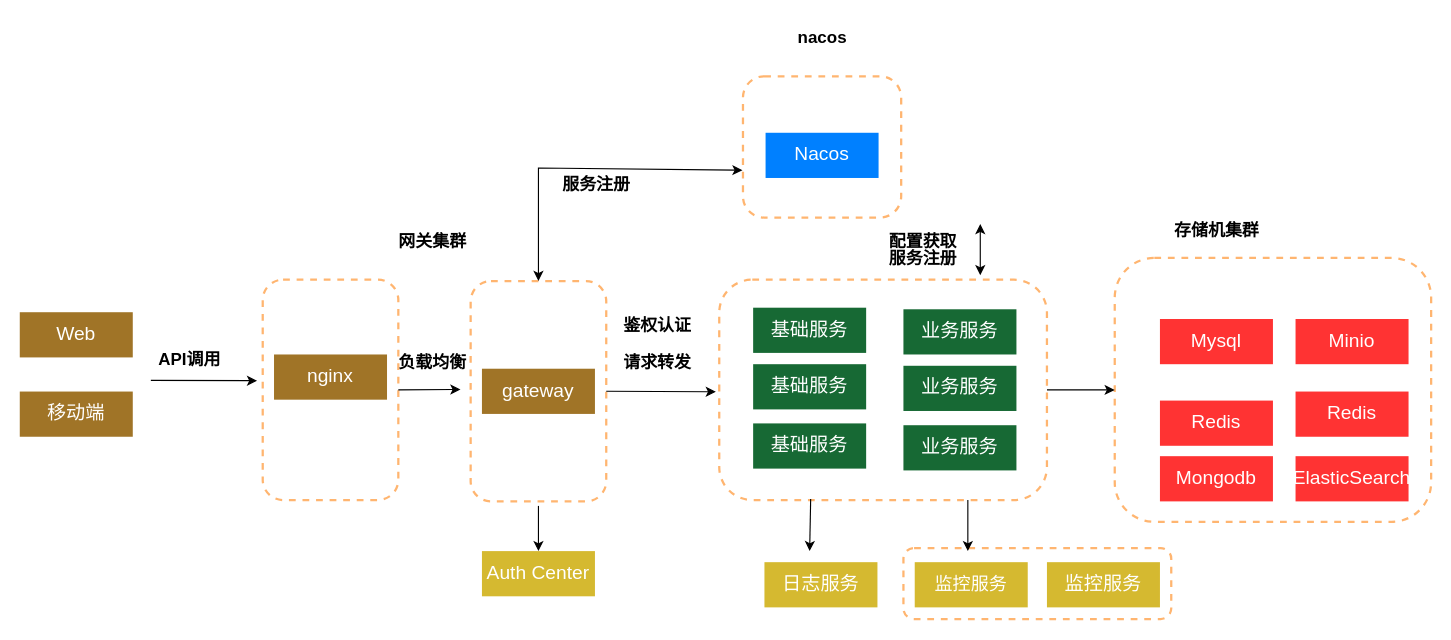
Above: 机载共性/机载共性部署架构设计.drawio in DemonHan/KuickBuy (draw.io), before the change. Source tidied: cells renumbered, new cells numbered last; positions are measured from the earlier drawing's top-left corner, leaving out a move shared by most shapes. Both pictures are drawn from the tidied source at 113%, with x=0, y=0 at pixel (19, 19).
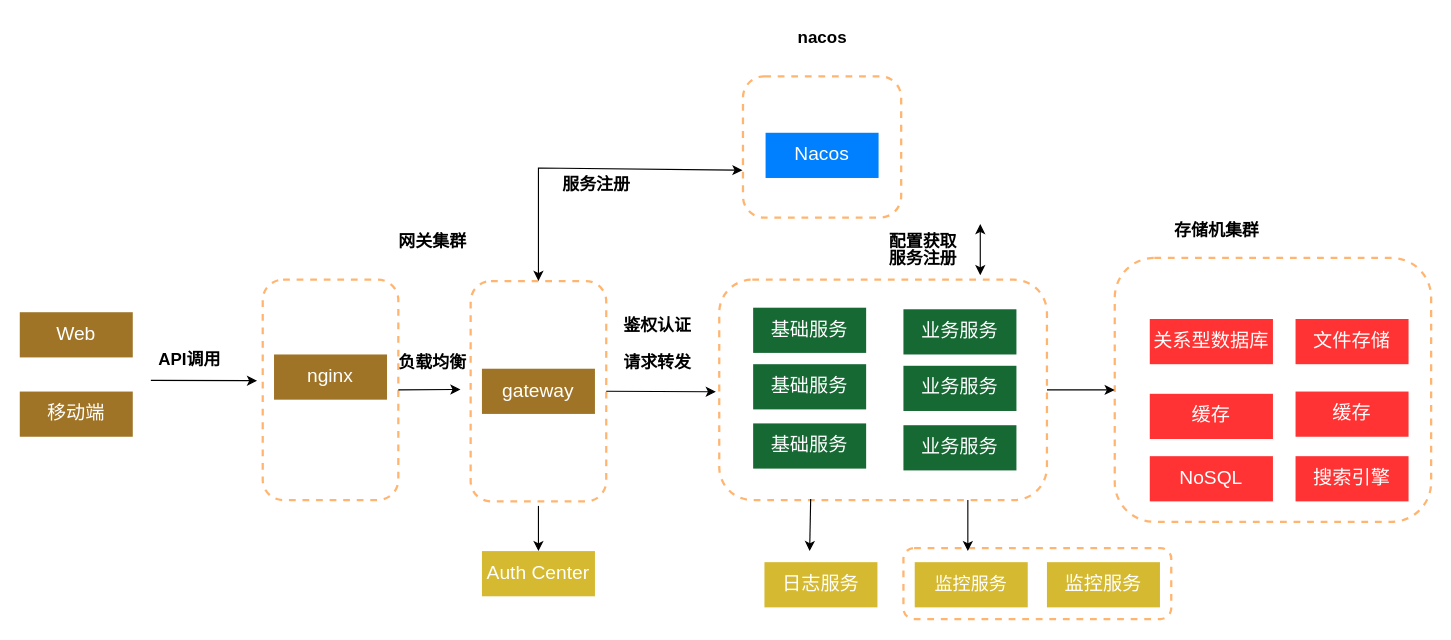
The same page after the edit.

Commit message (it also covers changes not shown here):
更新机载共性部署架构设计.drawio

The edit, as a diff of the source:
```diff
@@
-    <mxCell id="25" value="&lt;font color=&quot;#ffffff&quot;&gt;Mysql&lt;/font&gt;" style="rounded=0;whiteSpace=wrap;html=1;fillColor=#FF3333;fontSize=17;strokeColor=none;" parent="1" vertex="1">
-      <mxGeometry x="1009" y="264.8" width="100" height="40" as="geometry" />
+    <mxCell id="25" value="&lt;font color=&quot;#ffffff&quot;&gt;关系型数据库&lt;/font&gt;" style="rounded=0;whiteSpace=wrap;html=1;fillColor=#FF3333;fontSize=17;strokeColor=none;" parent="1" vertex="1">
+      <mxGeometry x="1000" y="264.8" width="109" height="40" as="geometry" />
     </mxCell>
-    <mxCell id="26" value="&lt;font color=&quot;#ffffff&quot;&gt;Redis&lt;/font&gt;" style="rounded=0;whiteSpace=wrap;html=1;fillColor=#FF3333;fontSize=17;strokeColor=none;" parent="1" vertex="1">
-      <mxGeometry x="1009" y="337" width="100" height="40" as="geometry" />
+    <mxCell id="26" value="&lt;font color=&quot;#ffffff&quot;&gt;缓存&lt;/font&gt;" style="rounded=0;whiteSpace=wrap;html=1;fillColor=#FF3333;fontSize=17;strokeColor=none;" parent="1" vertex="1">
+      <mxGeometry x="1000" y="331" width="109" height="40" as="geometry" />
     </mxCell>
@@
-    <mxCell id="39" value="&lt;font color=&quot;#ffffff&quot;&gt;Mongodb&lt;/font&gt;" style="rounded=0;whiteSpace=wrap;html=1;fillColor=#FF3333;fontSize=17;strokeColor=none;" parent="1" vertex="1">
-      <mxGeometry x="1009" y="386.2" width="100" height="40" as="geometry" />
+    <mxCell id="39" value="&lt;font color=&quot;#ffffff&quot;&gt;NoSQL&lt;/font&gt;" style="rounded=0;whiteSpace=wrap;html=1;fillColor=#FF3333;fontSize=17;strokeColor=none;" parent="1" vertex="1">
+      <mxGeometry x="1000" y="386.2" width="109" height="40" as="geometry" />
     </mxCell>
-    <mxCell id="40" value="&lt;font color=&quot;#ffffff&quot;&gt;Minio&lt;/font&gt;" style="rounded=0;whiteSpace=wrap;html=1;fillColor=#FF3333;fontSize=17;strokeColor=none;" parent="1" vertex="1">
+    <mxCell id="40" value="&lt;font color=&quot;#ffffff&quot;&gt;文件存储&lt;/font&gt;" style="rounded=0;whiteSpace=wrap;html=1;fillColor=#FF3333;fontSize=17;strokeColor=none;" parent="1" vertex="1">
       <mxGeometry x="1129" y="264.8" width="100" height="40" as="geometry" />
     </mxCell>
-    <mxCell id="41" value="&lt;font color=&quot;#ffffff&quot;&gt;Redis&lt;/font&gt;" style="rounded=0;whiteSpace=wrap;html=1;fillColor=#FF3333;fontSize=17;strokeColor=none;" parent="1" vertex="1">
+    <mxCell id="41" value="&lt;font color=&quot;#ffffff&quot;&gt;缓存&lt;/font&gt;" style="rounded=0;whiteSpace=wrap;html=1;fillColor=#FF3333;fontSize=17;strokeColor=none;" parent="1" vertex="1">
       <mxGeometry x="1129" y="329" width="100" height="40" as="geometry" />
     </mxCell>
@@
-    <mxCell id="47" value="&lt;font color=&quot;#ffffff&quot;&gt;ElasticSearch&lt;/font&gt;" style="rounded=0;whiteSpace=wrap;html=1;fillColor=#FF3333;fontSize=17;strokeColor=none;" parent="1" vertex="1">
+    <mxCell id="47" value="&lt;font color=&quot;#ffffff&quot;&gt;搜索引擎&lt;/font&gt;" style="rounded=0;whiteSpace=wrap;html=1;fillColor=#FF3333;fontSize=17;strokeColor=none;" parent="1" vertex="1">
       <mxGeometry x="1129" y="386.2" width="100" height="40" as="geometry" />
     </mxCell>
```
